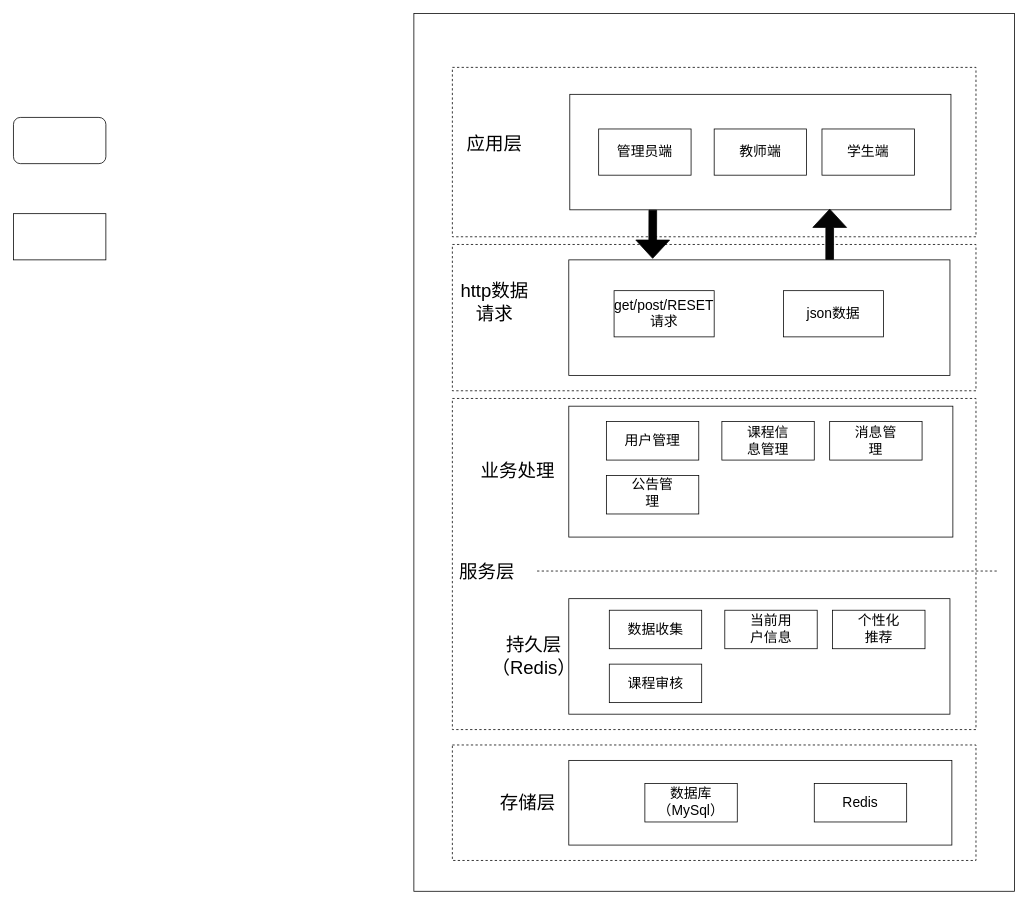
This is 未命名绘图.drawio from jianjianjianads/site, a draw.io file, before an edit. Source tidied: cells renumbered, new cells numbered last; positions are measured from the earlier drawing's top-left corner, leaving out a move shared by most shapes. Both pictures are drawn from the tidied source at 77%, with x=0, y=0 at pixel (13, 13).
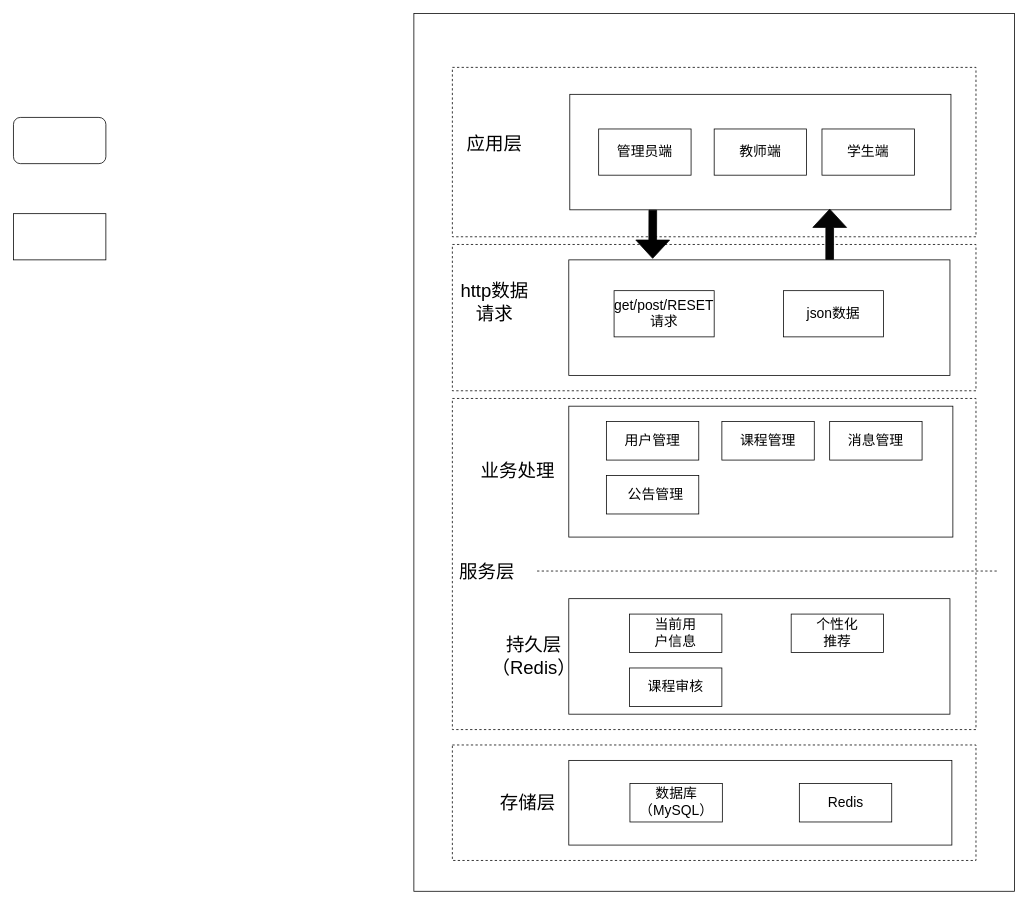
The same diagram, later.

Commit message:
更新未命名绘图.drawio

Diff of the diagram source:
```diff
@@
-    <mxCell id="35" value="&lt;font style=&quot;font-size: 18px;&quot;&gt;课程信息管理&lt;/font&gt;" style="text;html=1;align=center;verticalAlign=middle;whiteSpace=wrap;rounded=0;" parent="1" vertex="1">
-      <mxGeometry x="950" y="540" width="60" height="30" as="geometry" />
+    <mxCell id="35" value="&lt;font style=&quot;font-size: 18px;&quot;&gt;课程管理&lt;/font&gt;" style="text;html=1;align=center;verticalAlign=middle;whiteSpace=wrap;rounded=0;" parent="1" vertex="1">
+      <mxGeometry x="940" y="540" width="80" height="30" as="geometry" />
     </mxCell>
     <mxCell id="36" value="&lt;font style=&quot;font-size: 18px;&quot;&gt;消息管理&lt;/font&gt;" style="text;html=1;align=center;verticalAlign=middle;whiteSpace=wrap;rounded=0;" parent="1" vertex="1">
-      <mxGeometry x="1090" y="540" width="60" height="30" as="geometry" />
+      <mxGeometry x="1080" y="540" width="80" height="30" as="geometry" />
     </mxCell>
@@
     <mxCell id="38" value="&lt;font style=&quot;font-size: 18px;&quot;&gt;公告管理&lt;/font&gt;" style="text;html=1;align=center;verticalAlign=middle;whiteSpace=wrap;rounded=0;" parent="1" vertex="1">
-      <mxGeometry x="800" y="607.5" width="60" height="30" as="geometry" />
+      <mxGeometry x="793.8" y="610" width="80" height="30" as="geometry" />
     </mxCell>
-    <mxCell id="39" style="rounded=0;whiteSpace=wrap;html=1;" parent="1" vertex="1">
-      <mxGeometry x="773.8" y="775" width="120" height="50" as="geometry" />
-    </mxCell>
     <mxCell id="40" style="rounded=0;whiteSpace=wrap;html=1;" parent="1" vertex="1">
-      <mxGeometry x="923.8" y="775" width="120" height="50" as="geometry" />
+      <mxGeometry x="800" y="780" width="120" height="50" as="geometry" />
     </mxCell>
     <mxCell id="41" style="rounded=0;whiteSpace=wrap;html=1;" parent="1" vertex="1">
-      <mxGeometry x="1063.8" y="775" width="120" height="50" as="geometry" />
+      <mxGeometry x="1010" y="780" width="120" height="50" as="geometry" />
     </mxCell>
-    <mxCell id="42" value="&lt;font style=&quot;font-size: 18px;&quot;&gt;数据收集&lt;/font&gt;" style="text;html=1;align=center;verticalAlign=middle;whiteSpace=wrap;rounded=0;" parent="1" vertex="1">
-      <mxGeometry x="793.8" y="782.5" width="80" height="35" as="geometry" />
-    </mxCell>
     <mxCell id="43" value="&lt;font style=&quot;font-size: 18px;&quot;&gt;当前用户信息&lt;/font&gt;" style="text;html=1;align=center;verticalAlign=middle;whiteSpace=wrap;rounded=0;" parent="1" vertex="1">
-      <mxGeometry x="953.8" y="785" width="60" height="30" as="geometry" />
+      <mxGeometry x="830" y="790" width="60" height="30" as="geometry" />
     </mxCell>
     <mxCell id="44" value="&lt;font style=&quot;font-size: 18px;&quot;&gt;个性化推荐&lt;/font&gt;" style="text;html=1;align=center;verticalAlign=middle;whiteSpace=wrap;rounded=0;" parent="1" vertex="1">
-      <mxGeometry x="1093.8" y="785" width="60" height="30" as="geometry" />
+      <mxGeometry x="1040" y="790" width="60" height="30" as="geometry" />
     </mxCell>
     <mxCell id="45" style="rounded=0;whiteSpace=wrap;html=1;" parent="1" vertex="1">
-      <mxGeometry x="773.8" y="845" width="120" height="50" as="geometry" />
+      <mxGeometry x="800" y="850" width="120" height="50" as="geometry" />
     </mxCell>
     <mxCell id="46" value="&lt;font style=&quot;font-size: 18px;&quot;&gt;课程审核&lt;/font&gt;" style="text;html=1;align=center;verticalAlign=middle;whiteSpace=wrap;rounded=0;" parent="1" vertex="1">
-      <mxGeometry x="793.8" y="852.5" width="80" height="35" as="geometry" />
+      <mxGeometry x="820" y="857.5" width="80" height="35" as="geometry" />
     </mxCell>
     <mxCell id="47" style="rounded=0;whiteSpace=wrap;html=1;" parent="1" vertex="1">
-      <mxGeometry x="820" y="1000" width="120" height="50" as="geometry" />
+      <mxGeometry x="800.6" y="1000" width="120" height="50" as="geometry" />
     </mxCell>
-    <mxCell id="48" value="&lt;font style=&quot;font-size: 18px;&quot;&gt;数据库&lt;/font&gt;&lt;div&gt;&lt;font style=&quot;font-size: 18px;&quot;&gt;（MySql）&lt;/font&gt;&lt;/div&gt;" style="text;html=1;align=center;verticalAlign=middle;whiteSpace=wrap;rounded=0;" parent="1" vertex="1">
-      <mxGeometry x="840" y="1007.5" width="80" height="35" as="geometry" />
+    <mxCell id="48" value="&lt;font style=&quot;font-size: 18px;&quot;&gt;数据库&lt;/font&gt;&lt;div&gt;&lt;font style=&quot;font-size: 18px;&quot;&gt;（MySQL）&lt;/font&gt;&lt;/div&gt;" style="text;html=1;align=center;verticalAlign=middle;whiteSpace=wrap;rounded=0;" parent="1" vertex="1">
+      <mxGeometry x="820.6" y="1007.5" width="80" height="35" as="geometry" />
     </mxCell>
     <mxCell id="49" style="rounded=0;whiteSpace=wrap;html=1;" parent="1" vertex="1">
-      <mxGeometry x="1040" y="1000" width="120" height="50" as="geometry" />
+      <mxGeometry x="1020.6" y="1000" width="120" height="50" as="geometry" />
     </mxCell>
     <mxCell id="50" value="&lt;font style=&quot;font-size: 18px;&quot;&gt;Redis&lt;/font&gt;" style="text;html=1;align=center;verticalAlign=middle;whiteSpace=wrap;rounded=0;" parent="1" vertex="1">
-      <mxGeometry x="1060" y="1007.5" width="80" height="35" as="geometry" />
+      <mxGeometry x="1040.6" y="1007.5" width="80" height="35" as="geometry" />
     </mxCell>
```
